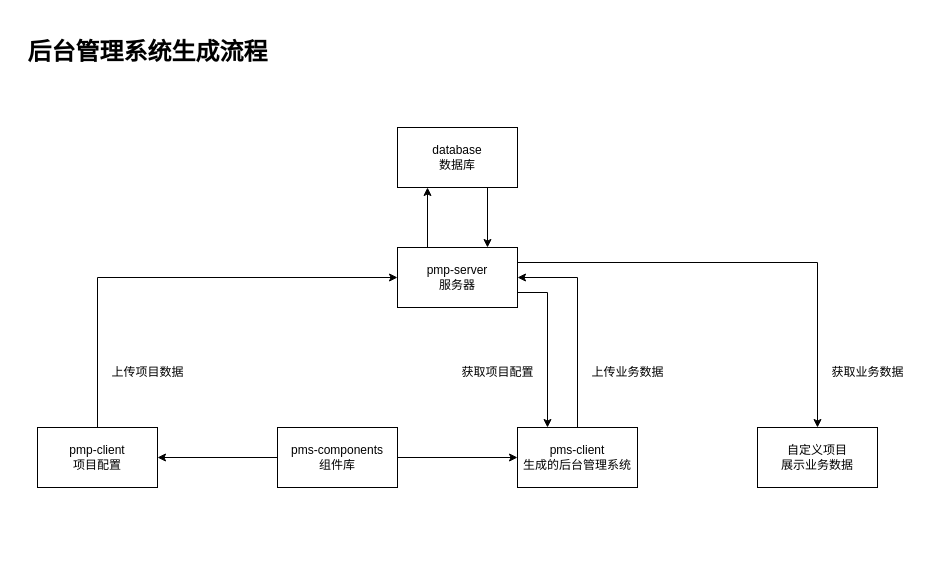
Above: drawio/工作流程.drawio in bin-9527/pms-prd (draw.io), before the change. Source tidied: cells renumbered, new cells numbered last; positions are measured from the earlier drawing's top-left corner, leaving out a move shared by most shapes. Both pictures are drawn from the tidied source at 100%, with x=0, y=0 at pixel (17, 17).
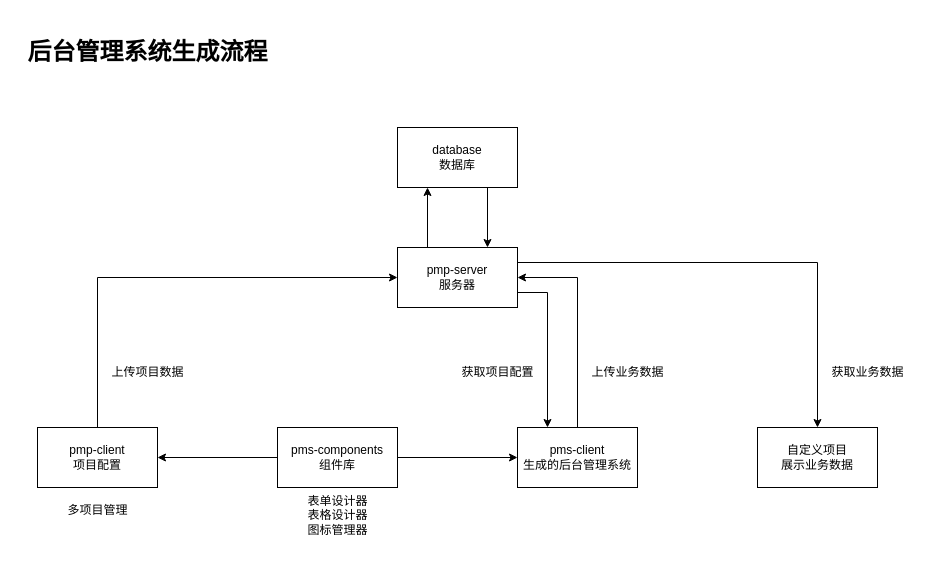
The same diagram, later.

Commit message (it also covers changes not shown here):
更新工作流程.drawio

Diff of the diagram source:
```diff
@@
+    <mxCell id="21" value="表单设计器&lt;div&gt;表格设计器&lt;/div&gt;&lt;div style=&quot;text-align: left;&quot;&gt;图标管理器&lt;/div&gt;&lt;div style=&quot;text-align: left;&quot;&gt;&lt;br&gt;&lt;/div&gt;" style="text;html=1;align=center;verticalAlign=middle;strokeColor=none;fillColor=none;" parent="1" vertex="1">
+      <mxGeometry x="280" y="470" width="80" height="70" as="geometry" />
+    </mxCell>
+    <mxCell id="22" value="多项目管理" style="text;html=1;align=center;verticalAlign=middle;strokeColor=none;fillColor=none;" parent="1" vertex="1">
+      <mxGeometry x="40" y="478" width="80" height="30" as="geometry" />
+    </mxCell>
```
